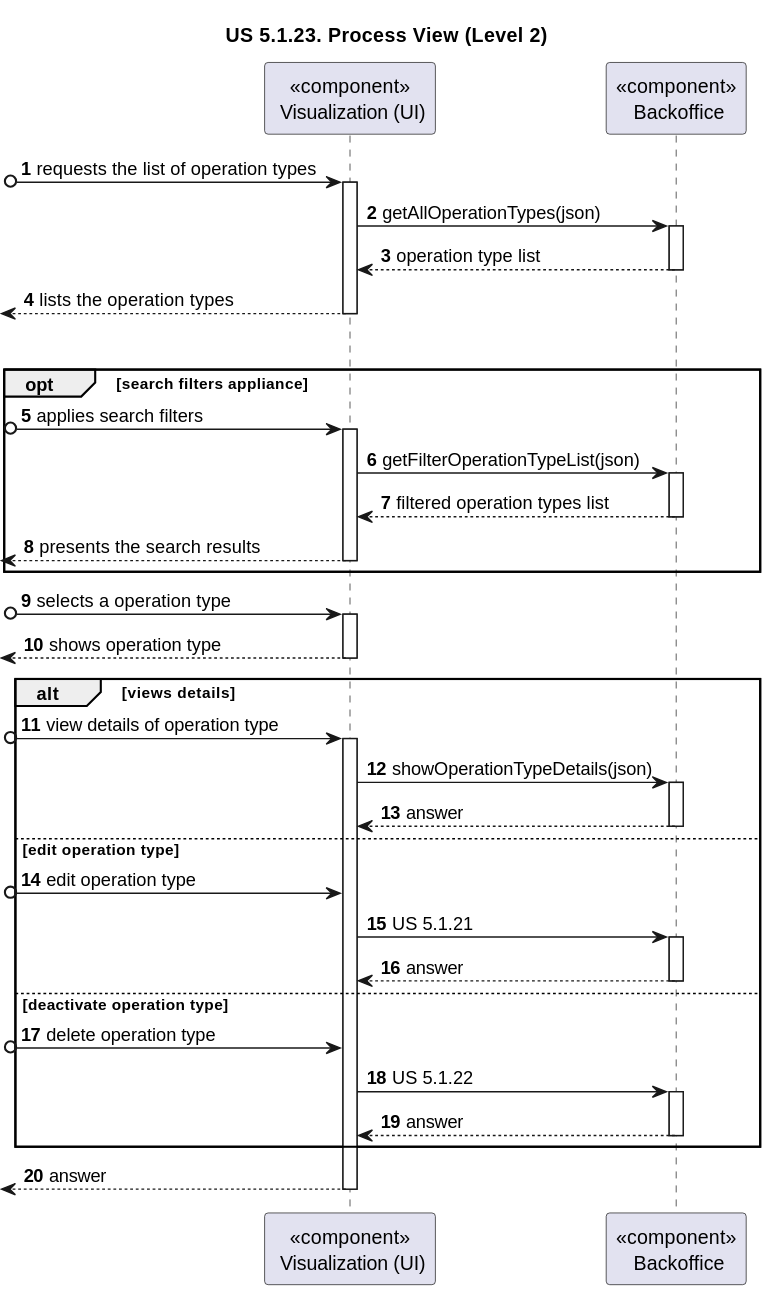
Earlier version of the PlantUML export docs/sprint-1/1221933/us-5.1.23/diagrams/n2/process-view-nivel2.svg (rita-barbosa/LAPR5-2425). The source it was exported from:
```plantuml
@startuml

title "US 5.1.23. Process View (Level 2)"

autonumber

participant "<<component>>\n Visualization (UI)" as UI
participant "<<component>>\n Backoffice" as BACK


[o-> UI : requests the list of operation types
activate UI

UI -> BACK : getAllOperationTypes(json)
activate BACK

BACK --> UI : operation type list
deactivate BACK

<-- UI : lists the operation types
deactivate UI
|||

    opt search filters appliance
        [o-> UI : applies search filters
        activate UI

            UI -> BACK : getFilterOperationTypeList(json)
            activate BACK

            BACK --> UI : filtered operation types list
            deactivate BACK

        <-- UI : presents the search results
        deactivate UI
    end opt

[o-> UI : selects a operation type
activate UI

<-- UI : shows operation type
deactivate UI

    alt views details
        [o-> UI : view details of operation type
        activate UI

        UI -> BACK : showOperationTypeDetails(json)
        activate BACK

        BACK --> UI : answer
        deactivate BACK

    else edit operation type
        [o-> UI : edit operation type

        UI -> BACK : US 5.1.21
        activate BACK

        BACK --> UI : answer
        deactivate BACK


    else deactivate operation type

        [o-> UI : delete operation type

        UI -> BACK : US 5.1.22
        activate BACK

        BACK --> UI : answer
        deactivate BACK

    end alt

<-- UI : answer
deactivate UI
@enduml
```
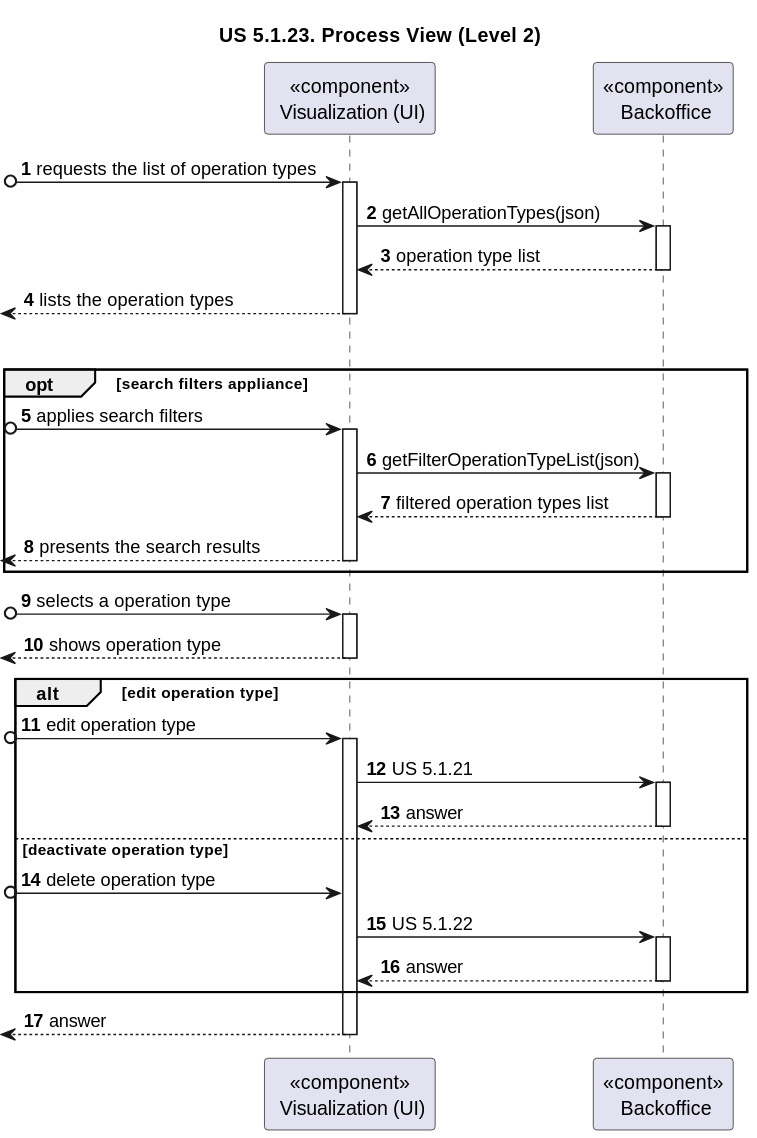
Above is the later version.

The edit, as a diff of the source:
```diff
@@ -41,18 +41,9 @@
 <-- UI : shows operation type
 deactivate UI
 
-    alt views details
-        [o-> UI : view details of operation type
+    alt  edit operation type
+        [o-> UI : edit operation type
         activate UI
-
-        UI -> BACK : showOperationTypeDetails(json)
-        activate BACK
-
-        BACK --> UI : answer
-        deactivate BACK
-
-    else edit operation type
-        [o-> UI : edit operation type
 
         UI -> BACK : US 5.1.21
         activate BACK
```
